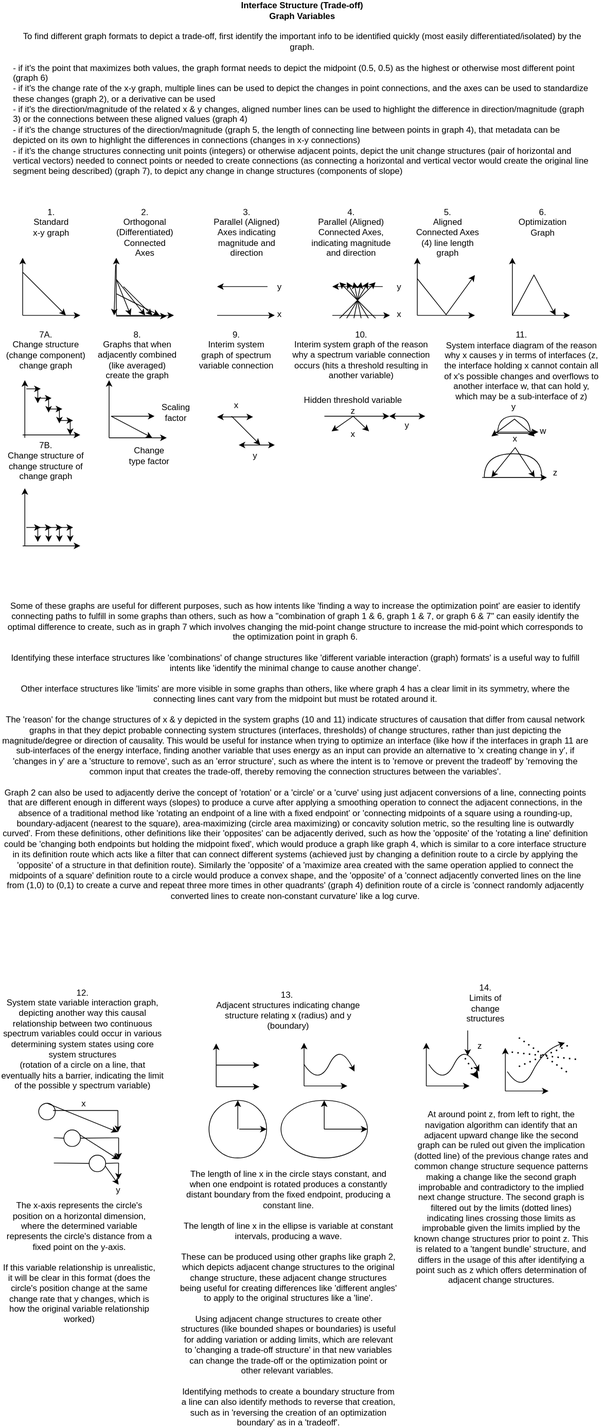
The draw.io diagram docs/objects/graph_variables.svg in outdreamer/build-a-cure, before a commit. Source tidied: cells renumbered, new cells last; positions are measured from the earlier drawing's top-left corner, leaving out a move shared by most shapes.
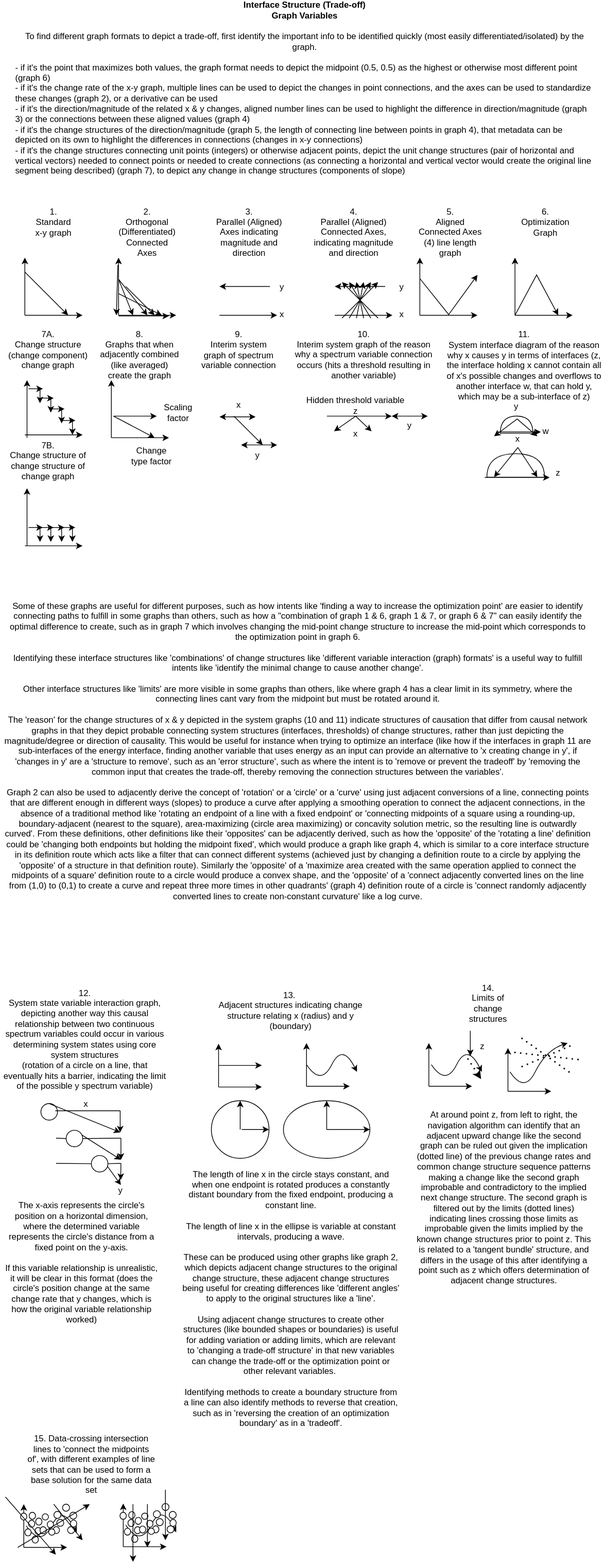
The same file after the commit.

The edit, as a diff of the source:
```diff
@@ -717,5 +717,196 @@
         <mxPoint x="790" y="1383" as="targetPoint" />
       </mxGeometry>
     </mxCell>
+    <mxCell id="140" style="endArrow=classic;html=1;rounded=0;" parent="1" edge="1">
+      <mxGeometry relative="1" as="geometry">
+        <mxPoint x="29.5" y="2040" as="sourcePoint" />
+        <mxPoint x="29.5" y="1980" as="targetPoint" />
+      </mxGeometry>
+    </mxCell>
+    <mxCell id="141" style="endArrow=classic;html=1;rounded=0;" parent="1" edge="1">
+      <mxGeometry relative="1" as="geometry">
+        <mxPoint x="29.5" y="2040" as="sourcePoint" />
+        <mxPoint x="89.5" y="2040" as="targetPoint" />
+      </mxGeometry>
+    </mxCell>
+    <mxCell id="142" style="curved=1;endArrow=classic;html=1;rounded=0;" parent="1" edge="1">
+      <mxGeometry relative="1" as="geometry">
+        <mxPoint x="33" y="2010" as="sourcePoint" />
+        <mxPoint x="103" y="2020" as="targetPoint" />
+        <Array as="points">
+          <mxPoint x="53" y="2040" />
+          <mxPoint x="83" y="1980" />
+        </Array>
+      </mxGeometry>
+    </mxCell>
+    <mxCell id="143" value="15. Data-crossing intersection lines to 'connect the midpoints of', with different examples of line sets that can be used to form a base solution for the same data set" style="text;html=1;strokeColor=none;fillColor=none;align=center;verticalAlign=middle;whiteSpace=wrap;rounded=0;" parent="1" vertex="1">
+      <mxGeometry x="33.8" y="1910" width="179" height="30" as="geometry" />
+    </mxCell>
+    <mxCell id="144" style="ellipse;whiteSpace=wrap;html=1;" parent="1" vertex="1">
+      <mxGeometry x="83.2" y="1980" width="9.8" height="9.8" as="geometry" />
+    </mxCell>
+    <mxCell id="145" style="ellipse;whiteSpace=wrap;html=1;" parent="1" vertex="1">
+      <mxGeometry x="93.2" y="1991" width="9.8" height="9.8" as="geometry" />
+    </mxCell>
+    <mxCell id="146" style="ellipse;whiteSpace=wrap;html=1;" parent="1" vertex="1">
+      <mxGeometry x="75.2" y="2001" width="9.8" height="9.8" as="geometry" />
+    </mxCell>
+    <mxCell id="147" style="ellipse;whiteSpace=wrap;html=1;" parent="1" vertex="1">
+      <mxGeometry x="90.2" y="2011" width="9.8" height="9.8" as="geometry" />
+    </mxCell>
+    <mxCell id="148" style="ellipse;whiteSpace=wrap;html=1;" parent="1" vertex="1">
+      <mxGeometry x="70.2" y="2011" width="8.8" height="9.8" as="geometry" />
+    </mxCell>
+    <mxCell id="149" style="ellipse;whiteSpace=wrap;html=1;" parent="1" vertex="1">
+      <mxGeometry x="94.2" y="2002" width="8.8" height="9.8" as="geometry" />
+    </mxCell>
+    <mxCell id="150" style="ellipse;whiteSpace=wrap;html=1;" parent="1" vertex="1">
+      <mxGeometry x="25" y="1992.2" width="8.8" height="9.8" as="geometry" />
+    </mxCell>
+    <mxCell id="151" style="ellipse;whiteSpace=wrap;html=1;" parent="1" vertex="1">
+      <mxGeometry x="36" y="2002.2" width="8.8" height="9.8" as="geometry" />
+    </mxCell>
+    <mxCell id="152" style="ellipse;whiteSpace=wrap;html=1;" parent="1" vertex="1">
+      <mxGeometry x="45" y="2012.2" width="8.8" height="9.8" as="geometry" />
+    </mxCell>
+    <mxCell id="153" style="ellipse;whiteSpace=wrap;html=1;" parent="1" vertex="1">
+      <mxGeometry x="55" y="1993.2" width="8.8" height="8.8" as="geometry" />
+    </mxCell>
+    <mxCell id="154" style="ellipse;whiteSpace=wrap;html=1;" parent="1" vertex="1">
+      <mxGeometry x="64" y="2014.2" width="8.8" height="8.8" as="geometry" />
+    </mxCell>
+    <mxCell id="155" style="ellipse;whiteSpace=wrap;html=1;" parent="1" vertex="1">
+      <mxGeometry x="52" y="2011.2" width="8.8" height="9.8" as="geometry" />
+    </mxCell>
+    <mxCell id="156" style="ellipse;whiteSpace=wrap;html=1;" parent="1" vertex="1">
+      <mxGeometry x="62" y="2003.2" width="8.8" height="9.8" as="geometry" />
+    </mxCell>
+    <mxCell id="157" style="ellipse;whiteSpace=wrap;html=1;" parent="1" vertex="1">
+      <mxGeometry x="31" y="2014.2" width="8.8" height="9.8" as="geometry" />
+    </mxCell>
+    <mxCell id="158" style="ellipse;whiteSpace=wrap;html=1;" parent="1" vertex="1">
+      <mxGeometry x="71.2" y="1990" width="9.8" height="9.8" as="geometry" />
+    </mxCell>
+    <mxCell id="159" style="ellipse;whiteSpace=wrap;html=1;" parent="1" vertex="1">
+      <mxGeometry x="46" y="1999.2" width="8.8" height="9.8" as="geometry" />
+    </mxCell>
+    <mxCell id="160" style="ellipse;whiteSpace=wrap;html=1;" parent="1" vertex="1">
+      <mxGeometry x="37" y="1991.2" width="8.8" height="9.8" as="geometry" />
+    </mxCell>
+    <mxCell id="161" style="ellipse;whiteSpace=wrap;html=1;" parent="1" vertex="1">
+      <mxGeometry x="41" y="2024.2" width="8.8" height="9.8" as="geometry" />
+    </mxCell>
+    <mxCell id="162" style="endArrow=classic;html=1;rounded=0;" parent="1" edge="1">
+      <mxGeometry relative="1" as="geometry">
+        <mxPoint x="4" y="1970" as="sourcePoint" />
+        <mxPoint x="74" y="2050" as="targetPoint" />
+      </mxGeometry>
+    </mxCell>
+    <mxCell id="163" style="endArrow=classic;html=1;rounded=0;" parent="1" edge="1">
+      <mxGeometry relative="1" as="geometry">
+        <mxPoint x="21" y="2040" as="sourcePoint" />
+        <mxPoint x="121" y="1980" as="targetPoint" />
+      </mxGeometry>
+    </mxCell>
+    <mxCell id="164" style="endArrow=classic;html=1;rounded=0;" parent="1" edge="1">
+      <mxGeometry relative="1" as="geometry">
+        <mxPoint x="71" y="1980" as="sourcePoint" />
+        <mxPoint x="111" y="2030" as="targetPoint" />
+      </mxGeometry>
+    </mxCell>
+    <mxCell id="165" style="endArrow=classic;html=1;rounded=0;" parent="1" edge="1">
+      <mxGeometry relative="1" as="geometry">
+        <mxPoint x="167.5" y="2039" as="sourcePoint" />
+        <mxPoint x="167.5" y="1979" as="targetPoint" />
+      </mxGeometry>
+    </mxCell>
+    <mxCell id="166" style="endArrow=classic;html=1;rounded=0;" parent="1" edge="1">
+      <mxGeometry relative="1" as="geometry">
+        <mxPoint x="167.5" y="2039" as="sourcePoint" />
+        <mxPoint x="227.5" y="2039" as="targetPoint" />
+      </mxGeometry>
+    </mxCell>
+    <mxCell id="167" style="curved=1;endArrow=classic;html=1;rounded=0;" parent="1" edge="1">
+      <mxGeometry relative="1" as="geometry">
+        <mxPoint x="171" y="2009" as="sourcePoint" />
+        <mxPoint x="241" y="2019" as="targetPoint" />
+        <Array as="points">
+          <mxPoint x="191" y="2039" />
+          <mxPoint x="221" y="1979" />
+        </Array>
+      </mxGeometry>
+    </mxCell>
+    <mxCell id="168" style="ellipse;whiteSpace=wrap;html=1;" parent="1" vertex="1">
+      <mxGeometry x="221.2" y="1979" width="9.8" height="9.8" as="geometry" />
+    </mxCell>
+    <mxCell id="169" style="ellipse;whiteSpace=wrap;html=1;" parent="1" vertex="1">
+      <mxGeometry x="231.2" y="1990" width="9.8" height="9.8" as="geometry" />
+    </mxCell>
+    <mxCell id="170" style="ellipse;whiteSpace=wrap;html=1;" parent="1" vertex="1">
+      <mxGeometry x="213.2" y="2000" width="9.8" height="9.8" as="geometry" />
+    </mxCell>
+    <mxCell id="171" style="ellipse;whiteSpace=wrap;html=1;" parent="1" vertex="1">
+      <mxGeometry x="228.2" y="2010" width="9.8" height="9.8" as="geometry" />
+    </mxCell>
+    <mxCell id="172" style="ellipse;whiteSpace=wrap;html=1;" parent="1" vertex="1">
+      <mxGeometry x="208.2" y="2010" width="8.8" height="9.8" as="geometry" />
+    </mxCell>
+    <mxCell id="173" style="ellipse;whiteSpace=wrap;html=1;" parent="1" vertex="1">
+      <mxGeometry x="232.2" y="2001" width="8.8" height="9.8" as="geometry" />
+    </mxCell>
+    <mxCell id="174" style="ellipse;whiteSpace=wrap;html=1;" parent="1" vertex="1">
+      <mxGeometry x="163" y="1991.2" width="8.8" height="9.8" as="geometry" />
+    </mxCell>
+    <mxCell id="175" style="ellipse;whiteSpace=wrap;html=1;" parent="1" vertex="1">
+      <mxGeometry x="174" y="2001.2" width="8.8" height="9.8" as="geometry" />
+    </mxCell>
+    <mxCell id="176" style="ellipse;whiteSpace=wrap;html=1;" parent="1" vertex="1">
+      <mxGeometry x="183" y="2011.2" width="8.8" height="9.8" as="geometry" />
+    </mxCell>
+    <mxCell id="177" style="ellipse;whiteSpace=wrap;html=1;" parent="1" vertex="1">
+      <mxGeometry x="193" y="1992.2" width="8.8" height="8.8" as="geometry" />
+    </mxCell>
+    <mxCell id="178" style="ellipse;whiteSpace=wrap;html=1;" parent="1" vertex="1">
+      <mxGeometry x="202" y="2013.2" width="8.8" height="8.8" as="geometry" />
+    </mxCell>
+    <mxCell id="179" style="ellipse;whiteSpace=wrap;html=1;" parent="1" vertex="1">
+      <mxGeometry x="190" y="2010.2" width="8.8" height="9.8" as="geometry" />
+    </mxCell>
+    <mxCell id="180" style="ellipse;whiteSpace=wrap;html=1;" parent="1" vertex="1">
+      <mxGeometry x="200" y="2002.2" width="8.8" height="9.8" as="geometry" />
+    </mxCell>
+    <mxCell id="181" style="ellipse;whiteSpace=wrap;html=1;" parent="1" vertex="1">
+      <mxGeometry x="169" y="2013.2" width="8.8" height="9.8" as="geometry" />
+    </mxCell>
+    <mxCell id="182" style="ellipse;whiteSpace=wrap;html=1;" parent="1" vertex="1">
+      <mxGeometry x="209.2" y="1989" width="9.8" height="9.8" as="geometry" />
+    </mxCell>
+    <mxCell id="183" style="ellipse;whiteSpace=wrap;html=1;" parent="1" vertex="1">
+      <mxGeometry x="184" y="1998.2" width="8.8" height="9.8" as="geometry" />
+    </mxCell>
+    <mxCell id="184" style="ellipse;whiteSpace=wrap;html=1;" parent="1" vertex="1">
+      <mxGeometry x="175" y="1990.2" width="8.8" height="9.8" as="geometry" />
+    </mxCell>
+    <mxCell id="185" style="ellipse;whiteSpace=wrap;html=1;" parent="1" vertex="1">
+      <mxGeometry x="179" y="2023.2" width="8.8" height="9.8" as="geometry" />
+    </mxCell>
+    <mxCell id="186" style="endArrow=classic;html=1;rounded=0;" parent="1" edge="1">
+      <mxGeometry relative="1" as="geometry">
+        <mxPoint x="181" y="1980" as="sourcePoint" />
+        <mxPoint x="181" y="2060" as="targetPoint" />
+      </mxGeometry>
+    </mxCell>
+    <mxCell id="187" style="endArrow=classic;html=1;rounded=0;" parent="1" edge="1">
+      <mxGeometry relative="1" as="geometry">
+        <mxPoint x="201" y="1980" as="sourcePoint" />
+        <mxPoint x="201" y="2040" as="targetPoint" />
+      </mxGeometry>
+    </mxCell>
+    <mxCell id="188" style="endArrow=classic;html=1;rounded=0;" parent="1" edge="1">
+      <mxGeometry relative="1" as="geometry">
+        <mxPoint x="226" y="1960" as="sourcePoint" />
+        <mxPoint x="226" y="2030" as="targetPoint" />
+      </mxGeometry>
+    </mxCell>
   </root>
 </mxGraphModel>
```
